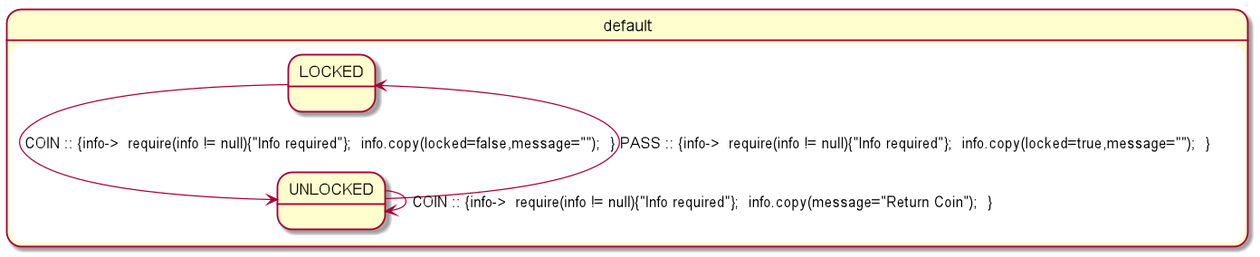
Above: turnstile-parsed.png in open-jumpco/kfsm-viz (PlantUML), before the change. Its diagram source:
```plantuml
@startuml
state default {
LOCKED --> UNLOCKED : COIN :: {info->  require(info != null){"Info required"};  info.copy(locked=false,message="");  }
UNLOCKED --> LOCKED : PASS :: {info->  require(info != null){"Info required"};  info.copy(locked=true,message="");  }
UNLOCKED --> UNLOCKED : COIN :: {info->  require(info != null){"Info required"};  info.copy(message="Return Coin");  }
}
@enduml
```
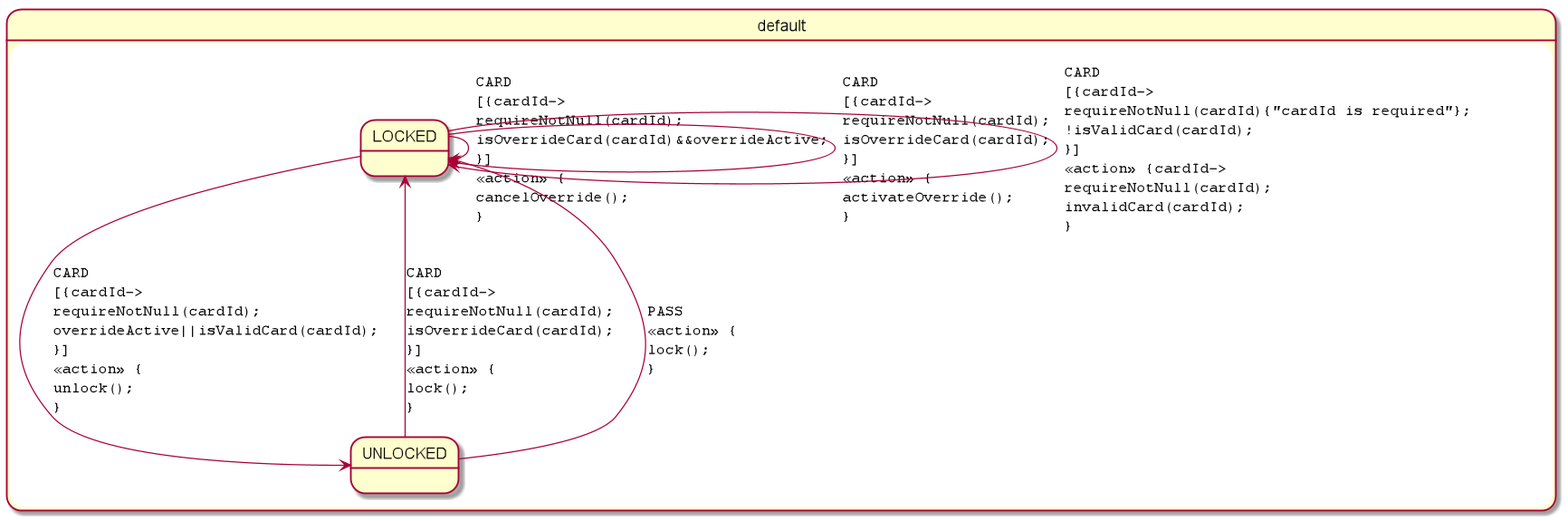
Above is the later version.

The edit, as a diff of the source:
```diff
@@ -1,7 +1,12 @@
 @startuml
+skinparam StateFontName Helvetica
+skinparam defaultFontName Monospaced
 state default {
-LOCKED --> UNLOCKED : COIN :: {info->  require(info != null){"Info required"};  info.copy(locked=false,message="");  }
-UNLOCKED --> LOCKED : PASS :: {info->  require(info != null){"Info required"};  info.copy(locked=true,message="");  }
-UNLOCKED --> UNLOCKED : COIN :: {info->  require(info != null){"Info required"};  info.copy(message="Return Coin");  }
+LOCKED --> LOCKED : CARD\l[{cardId->\lrequireNotNull(cardId);\lisOverrideCard(cardId)&&overrideActive;\l}]\l<<action>> {\lcancelOverride();\l}
+LOCKED --> LOCKED : CARD\l[{cardId->\lrequireNotNull(cardId);\lisOverrideCard(cardId);\l}]\l<<action>> {\lactivateOverride();\l}
+LOCKED --> UNLOCKED : CARD\l[{cardId->\lrequireNotNull(cardId);\loverrideActive||isValidCard(cardId);\l}]\l<<action>> {\lunlock();\l}
+LOCKED --> LOCKED : CARD\l[{cardId->\lrequireNotNull(cardId){"cardId is required"};\l!isValidCard(cardId);\l}]\l<<action>> {cardId->\lrequireNotNull(cardId);\linvalidCard(cardId);\l}
+UNLOCKED --> LOCKED : CARD\l[{cardId->\lrequireNotNull(cardId);\lisOverrideCard(cardId);\l}]\l<<action>> {\llock();\l}
+UNLOCKED --> LOCKED : PASS\l<<action>> {\llock();\l}
 }
 @enduml
```
